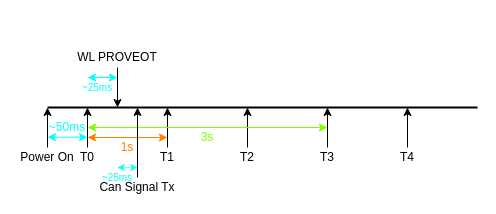
woshitanwang/pics_procdure keeps this draw.io diagram as Untitled Diagram.drawio. Above is the earlier version. Source tidied: cells renumbered, new cells numbered last; positions are measured from the earlier drawing's top-left corner, leaving out a move shared by most shapes. Both pictures are drawn from the tidied source at 100%, with x=0, y=0 at pixel (17, 47).
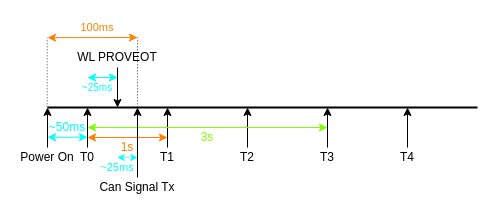
The same page after the edit.

The change refers to these unchanged cells:
```xml
<mxCell id="17" value="&lt;font color=&quot;#ff8000&quot;&gt;1s&lt;/font&gt;" style="text;html=1;strokeColor=none;fillColor=none;align=center;verticalAlign=middle;whiteSpace=wrap;rounded=0;" parent="1" vertex="1">
  <mxGeometry x="90" y="90" width="40" height="20" as="geometry" />
</mxCell>
<mxCell id="24" value="&lt;font color=&quot;#00ffff&quot; style=&quot;font-size: 10px&quot;&gt;~25ms&lt;/font&gt;" style="text;html=1;strokeColor=none;fillColor=none;align=center;verticalAlign=middle;whiteSpace=wrap;rounded=0;" parent="1" vertex="1">
  <mxGeometry x="60" y="30" width="40" height="20" as="geometry" />
</mxCell>
```

Diff of the diagram source:
```diff
@@
-    <mxCell id="23" style="endArrow=classic;startArrow=classic;html=1;strokeColor=#00FFFF;strokeWidth=1;" parent="1" edge="1">
+    <mxCell id="23" style="endArrow=classic;startArrow=classic;html=1;strokeColor=#00FFFF;strokeWidth=1;entryX=1;entryY=0;entryDx=0;entryDy=0;" parent="1" edge="1" target="24">
       <mxGeometry relative="1" as="geometry">
         <mxPoint x="70" y="30" as="sourcePoint" />
-        <mxPoint x="100" y="30" as="targetPoint" />
       </mxGeometry>
     </mxCell>
@@
-    <mxCell id="27" style="endArrow=classic;startArrow=classic;html=1;strokeColor=#00FFFF;strokeWidth=0.5;exitX=0.5;exitY=0;exitDx=0;exitDy=0;" parent="1" edge="1" source="28">
+    <mxCell id="27" style="endArrow=classic;startArrow=classic;html=1;strokeColor=#00FFFF;strokeWidth=0.5;exitX=0.25;exitY=1;exitDx=0;exitDy=0;" parent="1" edge="1" source="17">
       <mxGeometry relative="1" as="geometry">
-        <mxPoint x="120" y="120" as="targetPoint" />
+        <mxPoint x="120" y="110" as="targetPoint" />
       </mxGeometry>
     </mxCell>
-    <mxCell id="28" value="&lt;font color=&quot;#00ffff&quot; style=&quot;font-size: 10px&quot;&gt;~25ms&lt;/font&gt;" style="text;html=1;strokeColor=none;fillColor=none;align=center;verticalAlign=middle;whiteSpace=wrap;rounded=0;" parent="1" vertex="1">
-      <mxGeometry x="80" y="120" width="40" height="20" as="geometry" />
+    <mxCell id="28" value="&lt;font color=&quot;#00ffff&quot; style=&quot;font-size: 11px&quot;&gt;~25ms&lt;/font&gt;" style="text;html=1;strokeColor=none;fillColor=none;align=center;verticalAlign=middle;whiteSpace=wrap;rounded=0;fontSize=12;" parent="1" vertex="1">
+      <mxGeometry x="80" y="110" width="40" height="20" as="geometry" />
     </mxCell>
+    <mxCell id="29" style="endArrow=classic;startArrow=classic;html=1;strokeColor=#FF8000;" parent="1" edge="1">
+      <mxGeometry relative="1" as="geometry">
+        <mxPoint x="30" y="-9.8" as="sourcePoint" />
+        <mxPoint x="120" y="-10" as="targetPoint" />
+      </mxGeometry>
+    </mxCell>
+    <mxCell id="30" value="&lt;font color=&quot;#ff8000&quot; style=&quot;font-size: 11px&quot;&gt;100ms&lt;/font&gt;" style="text;html=1;strokeColor=none;fillColor=none;align=center;verticalAlign=middle;whiteSpace=wrap;rounded=0;" parent="1" vertex="1">
+      <mxGeometry x="60" y="-30" width="40" height="20" as="geometry" />
+    </mxCell>
+    <mxCell id="31" style="endArrow=none;html=1;rounded=0;fontSize=11;strokeWidth=0.5;dashed=1;" parent="1" edge="1">
+      <mxGeometry relative="1" as="geometry">
+        <mxPoint x="120" y="60" as="sourcePoint" />
+        <mxPoint x="120" y="-10" as="targetPoint" />
+      </mxGeometry>
+    </mxCell>
+    <mxCell id="32" style="endArrow=none;html=1;rounded=0;fontSize=11;strokeWidth=0.5;dashed=1;" parent="1" edge="1">
+      <mxGeometry relative="1" as="geometry">
+        <mxPoint x="29.7" y="60" as="sourcePoint" />
+        <mxPoint x="29.7" y="-10" as="targetPoint" />
+      </mxGeometry>
+    </mxCell>
```
